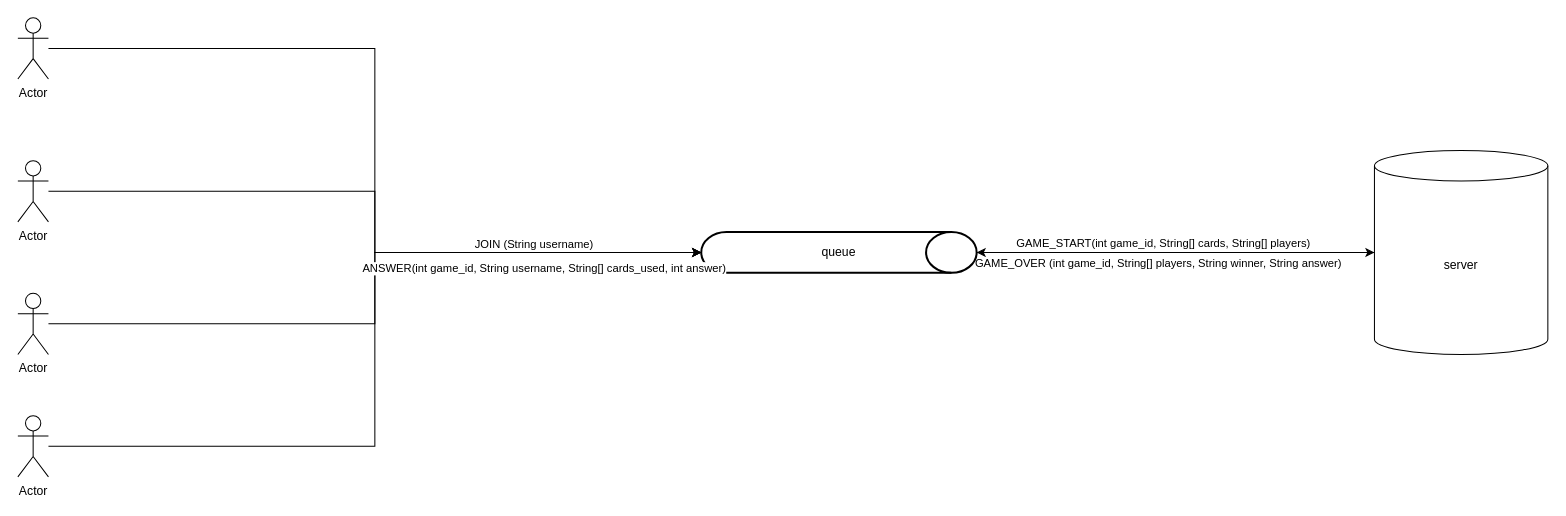
The draw.io diagram diagram.drawio in Kevindrayana/24Game, before the edit. Source tidied: cells renumbered, new cells numbered last; positions are measured from the earlier drawing's top-left corner, leaving out a move shared by most shapes. Both pictures are drawn from the tidied source at 102%, with x=0, y=0 at pixel (17, 17).
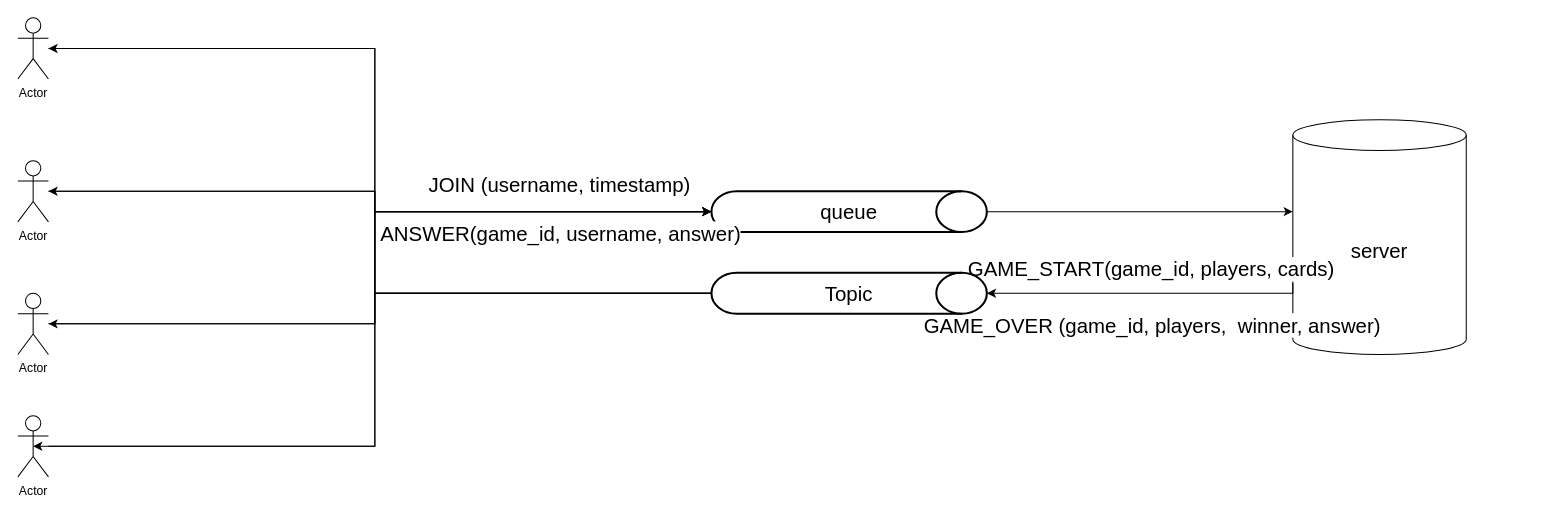
After the change.

The change refers to these unchanged cells:
```xml
<mxCell id="2" value="Actor" style="shape=umlActor;verticalLabelPosition=bottom;verticalAlign=top;html=1;outlineConnect=0;" parent="1" vertex="1">
  <mxGeometry width="30" height="60" as="geometry" />
</mxCell>
<mxCell id="3" value="Actor" style="shape=umlActor;verticalLabelPosition=bottom;verticalAlign=top;html=1;outlineConnect=0;" parent="1" vertex="1">
  <mxGeometry y="140" width="30" height="60" as="geometry" />
</mxCell>
<mxCell id="4" value="Actor" style="shape=umlActor;verticalLabelPosition=bottom;verticalAlign=top;html=1;outlineConnect=0;" parent="1" vertex="1">
  <mxGeometry y="270" width="30" height="60" as="geometry" />
</mxCell>
<mxCell id="5" value="Actor" style="shape=umlActor;verticalLabelPosition=bottom;verticalAlign=top;html=1;outlineConnect=0;" parent="1" vertex="1">
  <mxGeometry y="390" width="30" height="60" as="geometry" />
</mxCell>
```

What changed in the source:
```diff
@@
-    <mxCell id="6" style="edgeStyle=orthogonalEdgeStyle;rounded=0;jettySize=auto;html=1;" parent="1" edge="1" source="7" target="11">
-      <mxGeometry relative="1" as="geometry" />
-    </mxCell>
-    <mxCell id="7" value="server" style="shape=cylinder3;whiteSpace=wrap;html=1;boundedLbl=1;backgroundOutline=1;size=15;" parent="1" vertex="1">
-      <mxGeometry x="1330" y="130" width="170" height="200" as="geometry" />
+    <mxCell id="7" value="&lt;font style=&quot;font-size: 20px;&quot;&gt;server&lt;/font&gt;" style="shape=cylinder3;whiteSpace=wrap;html=1;boundedLbl=1;backgroundOutline=1;size=15;" parent="1" vertex="1">
+      <mxGeometry x="1250" y="100" width="170" height="230" as="geometry" />
     </mxCell>
+    <mxCell id="18" style="edgeStyle=orthogonalEdgeStyle;rounded=0;jettySize=auto;html=1;" parent="1" edge="1" target="26">
+      <mxGeometry relative="1" as="geometry">
+        <mxPoint x="1250" y="260" as="sourcePoint" />
+        <Array as="points">
+          <mxPoint x="1250" y="270" />
+        </Array>
+      </mxGeometry>
+    </mxCell>
+    <mxCell id="19" value="&lt;font style=&quot;font-size: 20px;&quot;&gt;GAME_START(game_id, players, cards)&lt;/font&gt;" style="edgeLabel;html=1;align=center;verticalAlign=middle;" parent="18" vertex="1">
+      <mxGeometry x="-0.12" y="-1" relative="1" as="geometry">
+        <mxPoint x="-14" y="-24" as="offset" />
+      </mxGeometry>
+    </mxCell>
+    <mxCell id="20" value="&lt;font style=&quot;font-size: 20px;&quot;&gt;GAME_OVER (game_id, players,&amp;nbsp; winner, answer)&lt;/font&gt;" style="edgeLabel;html=1;align=center;verticalAlign=middle;" parent="18" vertex="1">
+      <mxGeometry x="-0.16" y="1" relative="1" as="geometry">
+        <mxPoint x="-19" y="29" as="offset" />
+      </mxGeometry>
+    </mxCell>
     <mxCell id="8" style="edgeStyle=orthogonalEdgeStyle;rounded=0;jettySize=auto;html=1;" parent="1" edge="1" source="11" target="7">
       <mxGeometry relative="1" as="geometry">
         <Array as="points">
-          <mxPoint x="790" y="230" />
-          <mxPoint x="790" y="230" />
+          <mxPoint x="1180" y="190" />
+          <mxPoint x="1180" y="190" />
         </Array>
       </mxGeometry>
     </mxCell>
-    <mxCell id="9" value="GAME_START(int game_id, String[] cards, String[] players)" style="edgeLabel;html=1;align=center;verticalAlign=middle;" parent="8" vertex="1">
-      <mxGeometry x="-0.12" y="-1" relative="1" as="geometry">
-        <mxPoint x="10" y="-11" as="offset" />
-      </mxGeometry>
-    </mxCell>
-    <mxCell id="10" value="GAME_OVER (int game_id, String[] players, String winner, String answer)" style="edgeLabel;html=1;align=center;verticalAlign=middle;" parent="8" vertex="1">
-      <mxGeometry x="-0.16" y="1" relative="1" as="geometry">
-        <mxPoint x="13" y="11" as="offset" />
-      </mxGeometry>
-    </mxCell>
-    <mxCell id="11" value="queue" style="strokeWidth=2;html=1;shape=mxgraph.flowchart.direct_data;whiteSpace=wrap;" parent="1" vertex="1">
-      <mxGeometry x="670" y="210" width="270" height="40" as="geometry" />
+    <mxCell id="11" value="&lt;font style=&quot;font-size: 20px;&quot;&gt;queue&lt;/font&gt;" style="strokeWidth=2;html=1;shape=mxgraph.flowchart.direct_data;whiteSpace=wrap;" parent="1" vertex="1">
+      <mxGeometry x="680" y="170" width="270" height="40" as="geometry" />
     </mxCell>
     <mxCell id="12" style="edgeStyle=orthogonalEdgeStyle;rounded=0;jettySize=auto;html=1;entryX=0;entryY=0.5;entryDx=0;entryDy=0;entryPerimeter=0;" parent="1" edge="1" source="2" target="11">
-      <mxGeometry relative="1" as="geometry" />
+      <mxGeometry relative="1" as="geometry">
+        <Array as="points">
+          <mxPoint x="350" y="30" />
+          <mxPoint x="350" y="190" />
+        </Array>
+      </mxGeometry>
     </mxCell>
-    <mxCell id="13" value="JOIN (String username)" style="edgeLabel;html=1;align=center;verticalAlign=middle;" parent="12" vertex="1">
-      <mxGeometry x="-0.08" y="4" relative="1" as="geometry">
-        <mxPoint x="151" y="125" as="offset" />
-      </mxGeometry>
-    </mxCell>
+    <mxCell id="21" value="&lt;font style=&quot;font-size: 20px;&quot;&gt;JOIN (username, timestamp)&lt;/font&gt;" style="edgeLabel;html=1;align=center;verticalAlign=middle;" parent="12" vertex="1">
+      <mxGeometry x="-0.08" y="4" relative="1" as="geometry">
+        <mxPoint x="176" y="79" as="offset" />
+      </mxGeometry>
+    </mxCell>
     <mxCell id="14" style="edgeStyle=orthogonalEdgeStyle;rounded=0;jettySize=auto;html=1;entryX=0;entryY=0.5;entryDx=0;entryDy=0;entryPerimeter=0;" parent="1" edge="1" source="4" target="11">
-      <mxGeometry relative="1" as="geometry" />
+      <mxGeometry relative="1" as="geometry">
+        <Array as="points">
+          <mxPoint x="350" y="300" />
+          <mxPoint x="350" y="190" />
+        </Array>
+      </mxGeometry>
     </mxCell>
     <mxCell id="15" style="edgeStyle=orthogonalEdgeStyle;rounded=0;jettySize=auto;html=1;entryX=0;entryY=0.5;entryDx=0;entryDy=0;entryPerimeter=0;" parent="1" edge="1" source="5" target="11">
-      <mxGeometry relative="1" as="geometry" />
+      <mxGeometry relative="1" as="geometry">
+        <Array as="points">
+          <mxPoint x="350" y="420" />
+          <mxPoint x="350" y="190" />
+        </Array>
+      </mxGeometry>
     </mxCell>
     <mxCell id="16" style="edgeStyle=orthogonalEdgeStyle;rounded=0;jettySize=auto;html=1;entryX=0;entryY=0.5;entryDx=0;entryDy=0;entryPerimeter=0;" parent="1" edge="1" source="3" target="11">
-      <mxGeometry relative="1" as="geometry" />
+      <mxGeometry relative="1" as="geometry">
+        <Array as="points">
+          <mxPoint x="350" y="170" />
+          <mxPoint x="350" y="190" />
+        </Array>
+      </mxGeometry>
     </mxCell>
-    <mxCell id="17" value="ANSWER(int game_id, String username, String[] cards_used, int answer)" style="edgeLabel;html=1;align=center;verticalAlign=middle;" parent="16" vertex="1">
-      <mxGeometry x="0.49" y="-4" relative="1" as="geometry">
-        <mxPoint x="23" y="11" as="offset" />
-      </mxGeometry>
-    </mxCell>
+    <mxCell id="22" value="&lt;font style=&quot;font-size: 20px;&quot;&gt;ANSWER(game_id, username, answer)&lt;/font&gt;" style="edgeLabel;html=1;align=center;verticalAlign=middle;" parent="16" vertex="1">
+      <mxGeometry x="0.49" y="-4" relative="1" as="geometry">
+        <mxPoint x="22" y="16" as="offset" />
+      </mxGeometry>
+    </mxCell>
+    <mxCell id="23" style="edgeStyle=orthogonalEdgeStyle;rounded=0;jettySize=auto;html=1;" parent="1" edge="1" source="26" target="4">
+      <mxGeometry relative="1" as="geometry">
+        <Array as="points">
+          <mxPoint x="350" y="270" />
+          <mxPoint x="350" y="300" />
+        </Array>
+      </mxGeometry>
+    </mxCell>
+    <mxCell id="24" style="edgeStyle=orthogonalEdgeStyle;rounded=0;jettySize=auto;html=1;" parent="1" edge="1" source="26">
+      <mxGeometry relative="1" as="geometry">
+        <mxPoint x="30" y="170" as="targetPoint" />
+        <Array as="points">
+          <mxPoint x="350" y="270" />
+          <mxPoint x="350" y="170" />
+        </Array>
+      </mxGeometry>
+    </mxCell>
+    <mxCell id="25" style="edgeStyle=orthogonalEdgeStyle;rounded=0;jettySize=auto;html=1;" parent="1" edge="1" source="26">
+      <mxGeometry relative="1" as="geometry">
+        <mxPoint x="30" y="30" as="targetPoint" />
+        <Array as="points">
+          <mxPoint x="350" y="270" />
+          <mxPoint x="350" y="30" />
+        </Array>
+      </mxGeometry>
+    </mxCell>
+    <mxCell id="26" value="&lt;font style=&quot;font-size: 20px;&quot;&gt;Topic&lt;/font&gt;" style="strokeWidth=2;html=1;shape=mxgraph.flowchart.direct_data;whiteSpace=wrap;" parent="1" vertex="1">
+      <mxGeometry x="680" y="250" width="270" height="40" as="geometry" />
+    </mxCell>
+    <mxCell id="27" style="edgeStyle=orthogonalEdgeStyle;rounded=0;jettySize=auto;html=1;entryX=0.5;entryY=0.5;entryDx=0;entryDy=0;entryPerimeter=0;" parent="1" edge="1" source="26" target="5">
+      <mxGeometry relative="1" as="geometry">
+        <Array as="points">
+          <mxPoint x="350" y="270" />
+          <mxPoint x="350" y="420" />
+        </Array>
+      </mxGeometry>
+    </mxCell>
```
